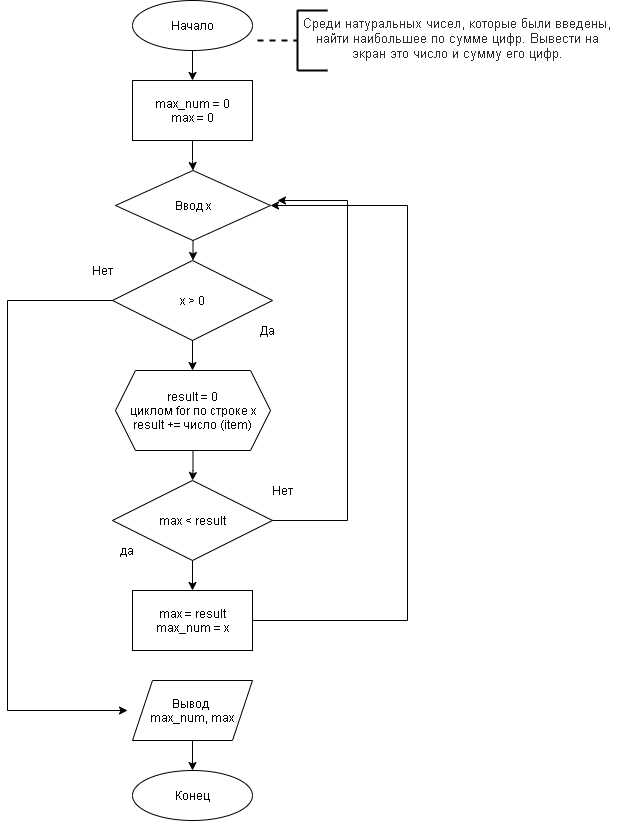
GDI19/algorithms_py keeps this draw.io diagram as task_9_image.png. Above is the earlier version. Source tidied: cells renumbered, new cells last; positions are measured from the earlier drawing's top-left corner, leaving out a move shared by most shapes.
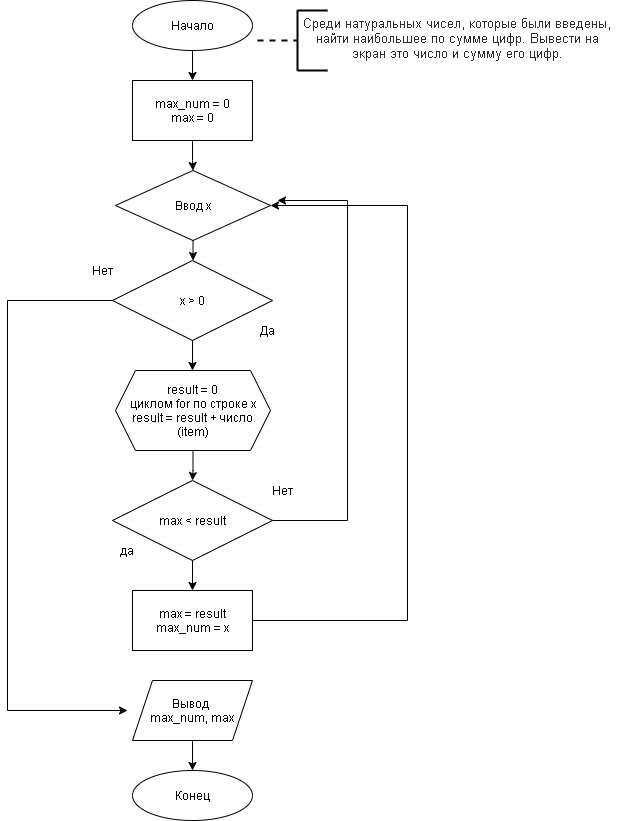
Above is the later version.

Diff of the diagram source:
```diff
@@ -69,7 +69,7 @@
     <mxCell id="18" style="edgeStyle=orthogonalEdgeStyle;rounded=0;jettySize=auto;html=1;entryX=0.5;entryY=0;entryDx=0;entryDy=0;" parent="1" edge="1" source="19" target="27">
       <mxGeometry relative="1" as="geometry" />
     </mxCell>
-    <mxCell id="19" value="result = 0&lt;br&gt;циклом for по строке x&lt;br&gt;result += число (item)" style="shape=hexagon;perimeter=hexagonPerimeter2;whiteSpace=wrap;html=1;fixedSize=1;" parent="1" vertex="1">
+    <mxCell id="19" value="result = 0&lt;br&gt;циклом for по строке x&lt;br&gt;result = result + число (item)" style="shape=hexagon;perimeter=hexagonPerimeter2;whiteSpace=wrap;html=1;fixedSize=1;" parent="1" vertex="1">
       <mxGeometry x="108" y="370" width="155" height="80" as="geometry" />
     </mxCell>
     <mxCell id="20" style="group;" parent="1" vertex="1">
```
